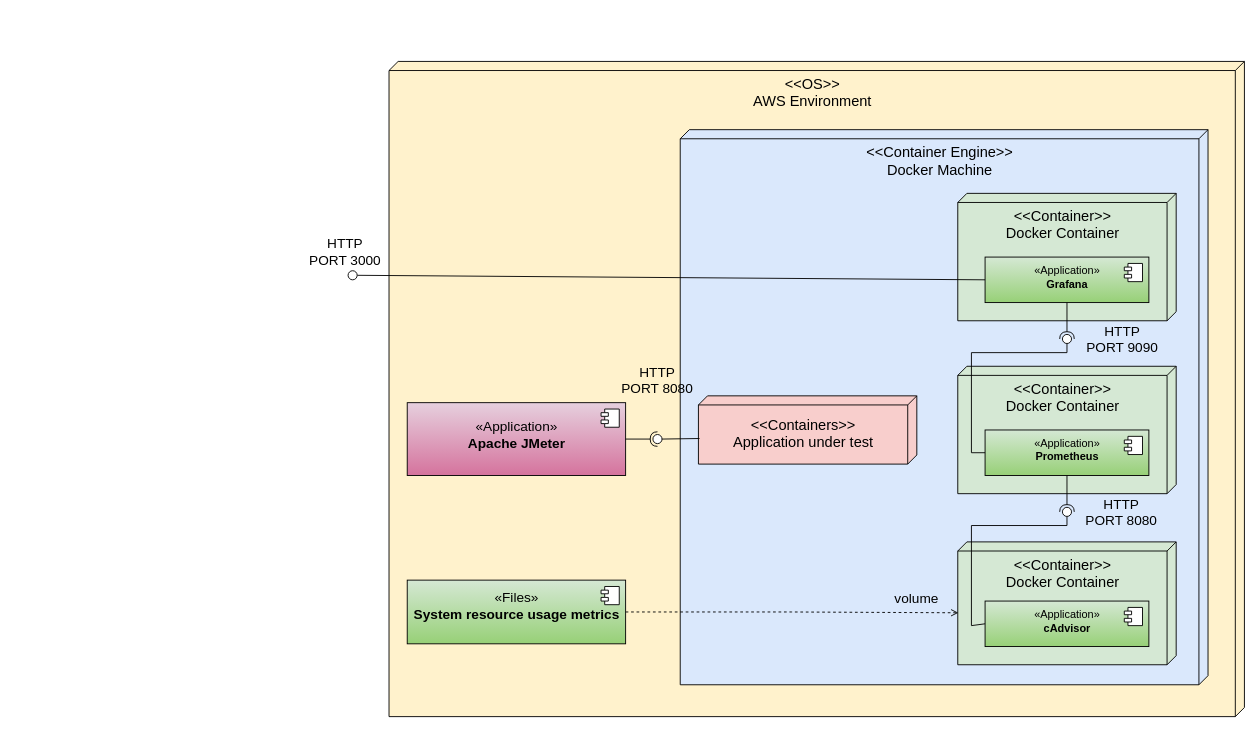
Above: resources/benchmark-deployment-diagram.drawio in rogowski-piotr/system-benchmarking-microservices-spring-boot (draw.io), before the change. Source tidied: cells renumbered, new cells numbered last; positions are measured from the earlier drawing's top-left corner, leaving out a move shared by most shapes. Both pictures are drawn from the tidied source at 91%, with x=0, y=0 at pixel (301, 61).
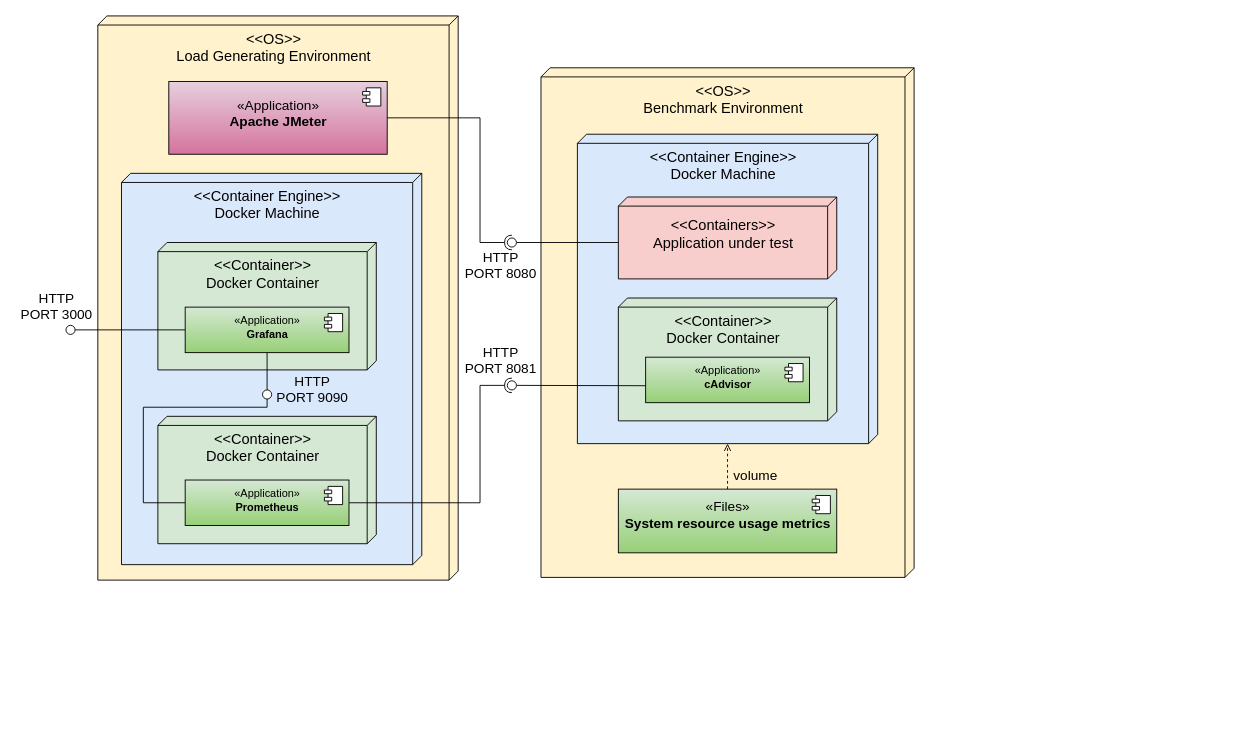
Above is the later version.

Commit message (it also covers changes not shown here):
Update benchamrk deployment diagram

The edit, as a diff of the source:
```diff
@@
-    <mxCell id="2" value="&lt;span style=&quot;font-size: 16px;&quot;&gt;&amp;lt;&amp;lt;OS&amp;gt;&amp;gt;&lt;br&gt;AWS Environment&lt;br&gt;&lt;/span&gt;" style="verticalAlign=bottom;align=center;spacingTop=8;spacingLeft=2;spacingRight=12;shape=cube;size=10;direction=south;fontStyle=0;html=1;labelPosition=center;verticalLabelPosition=top;spacing=-54;rounded=0;labelBackgroundColor=none;fillColor=#fff2cc;strokeColor=#000000;" parent="1" vertex="1">
-      <mxGeometry x="96" width="940" height="720" as="geometry" />
+    <mxCell id="2" value="&lt;span style=&quot;font-size: 16px;&quot;&gt;&amp;lt;&amp;lt;OS&amp;gt;&amp;gt;&lt;/span&gt;&lt;br&gt;&lt;span style=&quot;font-size: 16px;&quot;&gt;Benchmark Environment&lt;/span&gt;" style="verticalAlign=bottom;align=center;spacingTop=8;spacingLeft=2;spacingRight=12;shape=cube;size=10;direction=south;fontStyle=0;html=1;labelPosition=center;verticalLabelPosition=top;spacing=-54;rounded=0;labelBackgroundColor=none;fillColor=#fff2cc;strokeColor=#000000;" parent="1" vertex="1">
+      <mxGeometry x="263" y="7" width="410" height="560" as="geometry" />
     </mxCell>
     <mxCell id="3" value="&lt;span style=&quot;font-size: 16px;&quot;&gt;&amp;lt;&amp;lt;Container Engine&amp;gt;&amp;gt;&lt;br&gt;Docker Machine&lt;br&gt;&lt;/span&gt;" style="verticalAlign=bottom;align=center;spacingTop=8;spacingLeft=2;spacingRight=12;shape=cube;size=10;direction=south;fontStyle=0;html=1;labelPosition=center;verticalLabelPosition=top;spacing=-54;rounded=0;labelBackgroundColor=none;fillColor=#dae8fc;strokeColor=#000000;" parent="1" vertex="1">
-      <mxGeometry x="416" y="75" width="580" height="610" as="geometry" />
+      <mxGeometry x="303" y="80" width="330" height="340" as="geometry" />
     </mxCell>
+    <mxCell id="10" value="&lt;span style=&quot;font-size: 16px;&quot;&gt;&amp;lt;&amp;lt;Containers&amp;gt;&amp;gt;&lt;/span&gt;&lt;br style=&quot;font-size: 16px;&quot;&gt;&lt;span style=&quot;font-size: 16px;&quot;&gt;Application under test&lt;/span&gt;&lt;span style=&quot;font-size: 16px;&quot;&gt;&lt;br&gt;&lt;/span&gt;" style="verticalAlign=bottom;align=center;spacingTop=8;spacingLeft=2;spacingRight=12;shape=cube;size=10;direction=south;fontStyle=0;html=1;labelPosition=center;verticalLabelPosition=top;spacing=-60;rounded=0;fillColor=#f8cecc;strokeColor=#000000;" parent="1" vertex="1">
+      <mxGeometry x="348" y="149" width="240" height="90" as="geometry" />
+    </mxCell>
+    <mxCell id="11" value="&lt;span style=&quot;font-size: 16px;&quot;&gt;&amp;lt;&amp;lt;Container&amp;gt;&amp;gt;&lt;/span&gt;&lt;br style=&quot;font-size: 16px;&quot;&gt;&lt;span style=&quot;font-size: 16px;&quot;&gt;Docker Container&lt;/span&gt;&lt;span style=&quot;font-size: 16px;&quot;&gt;&lt;br&gt;&lt;/span&gt;" style="verticalAlign=bottom;align=center;spacingTop=8;spacingLeft=2;spacingRight=12;shape=cube;size=10;direction=south;fontStyle=0;html=1;labelPosition=center;verticalLabelPosition=top;spacing=-54;rounded=0;fillColor=#d5e8d4;strokeColor=#000000;" parent="1" vertex="1">
+      <mxGeometry x="348" y="260" width="240" height="135" as="geometry" />
+    </mxCell>
+    <mxCell id="12" value="«Application»&lt;br&gt;&lt;b&gt;cAdvisor&lt;br&gt;&lt;/b&gt;" style="html=1;labelPosition=center;verticalLabelPosition=top;align=center;verticalAlign=bottom;spacing=-37;rounded=0;fillColor=#d5e8d4;strokeColor=#000000;gradientColor=#97d077;" parent="1" vertex="1">
+      <mxGeometry x="378" y="325" width="180" height="50" as="geometry" />
+    </mxCell>
+    <mxCell id="13" style="shape=module;jettyWidth=8;jettyHeight=4;rounded=0;" parent="12" vertex="1">
+      <mxGeometry x="1" width="20" height="20" relative="1" as="geometry">
+        <mxPoint x="-27" y="7" as="offset" />
+      </mxGeometry>
+    </mxCell>
+    <mxCell id="25" style="edgeStyle=orthogonalEdgeStyle;rounded=0;jettySize=auto;html=1;exitX=0.5;exitY=0;exitDx=0;exitDy=0;fontSize=15;endArrow=open;endFill=0;dashed=1;" parent="1" edge="1" source="26" target="3">
+      <mxGeometry relative="1" as="geometry" />
+    </mxCell>
+    <mxCell id="26" value="&lt;font style=&quot;font-size: 15px;&quot;&gt;«Files»&lt;br&gt;&lt;b&gt;System resource usage metrics&lt;/b&gt;&lt;/font&gt;" style="html=1;labelPosition=center;verticalLabelPosition=top;align=center;verticalAlign=bottom;spacing=-47;rounded=0;fillColor=#d5e8d4;strokeColor=#000000;gradientColor=#97d077;" parent="1" vertex="1">
+      <mxGeometry x="348" y="470" width="240" height="70" as="geometry" />
+    </mxCell>
+    <mxCell id="27" style="shape=module;jettyWidth=8;jettyHeight=4;rounded=0;" parent="26" vertex="1">
+      <mxGeometry x="1" width="20" height="20" relative="1" as="geometry">
+        <mxPoint x="-27" y="7" as="offset" />
+      </mxGeometry>
+    </mxCell>
+    <mxCell id="30" value="volume" style="text;html=1;strokeColor=none;fillColor=none;align=center;verticalAlign=middle;whiteSpace=wrap;rounded=0;fontSize=15;" parent="1" vertex="1">
+      <mxGeometry x="469" y="440" width="60" height="30" as="geometry" />
+    </mxCell>
+    <mxCell id="35" value="&lt;span style=&quot;font-size: 16px;&quot;&gt;&amp;lt;&amp;lt;OS&amp;gt;&amp;gt;&lt;/span&gt;&lt;br&gt;&lt;span style=&quot;font-size: 16px;&quot;&gt;Load Generating Environment&lt;/span&gt;" style="verticalAlign=bottom;align=center;spacingTop=8;spacingLeft=2;spacingRight=12;shape=cube;size=10;direction=south;fontStyle=0;html=1;labelPosition=center;verticalLabelPosition=top;spacing=-54;rounded=0;labelBackgroundColor=none;fillColor=#fff2cc;strokeColor=#000000;" parent="1" vertex="1">
+      <mxGeometry x="-224" y="-50" width="396" height="620" as="geometry" />
+    </mxCell>
+    <mxCell id="36" value="&lt;span style=&quot;font-size: 16px;&quot;&gt;&amp;lt;&amp;lt;Container Engine&amp;gt;&amp;gt;&lt;br&gt;Docker Machine&lt;br&gt;&lt;/span&gt;" style="verticalAlign=bottom;align=center;spacingTop=8;spacingLeft=2;spacingRight=12;shape=cube;size=10;direction=south;fontStyle=0;html=1;labelPosition=center;verticalLabelPosition=top;spacing=-54;rounded=0;labelBackgroundColor=none;fillColor=#dae8fc;strokeColor=#000000;" parent="1" vertex="1">
+      <mxGeometry x="-198" y="123" width="330" height="430" as="geometry" />
+    </mxCell>
+    <mxCell id="14" value="«Application»&lt;br style=&quot;font-size: 15px;&quot;&gt;&lt;b style=&quot;font-size: 15px;&quot;&gt;Apache JMeter&lt;/b&gt;" style="html=1;labelPosition=center;verticalLabelPosition=top;align=center;verticalAlign=bottom;spacing=-54;rounded=0;fontSize=15;fillColor=#e6d0de;strokeColor=#000000;gradientColor=#d5739d;" parent="1" vertex="1">
+      <mxGeometry x="-146" y="22" width="240" height="80" as="geometry" />
+    </mxCell>
+    <mxCell id="15" style="shape=module;jettyWidth=8;jettyHeight=4;rounded=0;" parent="14" vertex="1">
+      <mxGeometry x="1" width="20" height="20" relative="1" as="geometry">
+        <mxPoint x="-27" y="7" as="offset" />
+      </mxGeometry>
+    </mxCell>
     <mxCell id="4" value="&lt;span style=&quot;font-size: 16px;&quot;&gt;&amp;lt;&amp;lt;Container&amp;gt;&amp;gt;&lt;br&gt;Docker Container&lt;br&gt;&lt;/span&gt;" style="verticalAlign=bottom;align=center;spacingTop=8;spacingLeft=2;spacingRight=12;shape=cube;size=10;direction=south;fontStyle=0;html=1;labelPosition=center;verticalLabelPosition=top;spacing=-54;rounded=0;fillColor=#d5e8d4;strokeColor=#000000;" parent="1" vertex="1">
-      <mxGeometry x="721" y="145" width="240" height="140" as="geometry" />
+      <mxGeometry x="-158" y="199" width="240" height="140" as="geometry" />
     </mxCell>
+    <mxCell id="37" style="edgeStyle=orthogonalEdgeStyle;rounded=0;jettySize=auto;html=1;exitX=0.5;exitY=1;exitDx=0;exitDy=0;endArrow=none;endFill=0;" parent="1" edge="1" source="5" target="45">
+      <mxGeometry relative="1" as="geometry" />
+    </mxCell>
     <mxCell id="5" value="«Application»&lt;br&gt;&lt;b&gt;Grafana&lt;/b&gt;" style="html=1;labelPosition=center;verticalLabelPosition=top;align=center;verticalAlign=bottom;spacing=-37;rounded=0;fillColor=#d5e8d4;strokeColor=#000000;gradientColor=#97d077;" parent="1" vertex="1">
-      <mxGeometry x="751" y="215" width="180" height="50" as="geometry" />
+      <mxGeometry x="-128" y="270" width="180" height="50" as="geometry" />
     </mxCell>
@@
     <mxCell id="7" value="&lt;span style=&quot;font-size: 16px;&quot;&gt;&amp;lt;&amp;lt;Container&amp;gt;&amp;gt;&lt;/span&gt;&lt;br style=&quot;font-size: 16px;&quot;&gt;&lt;span style=&quot;font-size: 16px;&quot;&gt;Docker Container&lt;/span&gt;&lt;span style=&quot;font-size: 16px;&quot;&gt;&lt;br&gt;&lt;/span&gt;" style="verticalAlign=bottom;align=center;spacingTop=8;spacingLeft=2;spacingRight=12;shape=cube;size=10;direction=south;fontStyle=0;html=1;labelPosition=center;verticalLabelPosition=top;spacing=-54;rounded=0;fillColor=#d5e8d4;strokeColor=#000000;" parent="1" vertex="1">
-      <mxGeometry x="721" y="335" width="240" height="140" as="geometry" />
+      <mxGeometry x="-158" y="390" width="240" height="140" as="geometry" />
     </mxCell>
     <mxCell id="8" value="«Application»&lt;br&gt;&lt;b&gt;Prometheus&lt;br&gt;&lt;/b&gt;" style="html=1;labelPosition=center;verticalLabelPosition=top;align=center;verticalAlign=bottom;spacing=-37;rounded=0;fillColor=#d5e8d4;strokeColor=#000000;gradientColor=#97d077;" parent="1" vertex="1">
-      <mxGeometry x="751" y="405" width="180" height="50" as="geometry" />
+      <mxGeometry x="-128" y="460" width="180" height="50" as="geometry" />
     </mxCell>
@@
-    <mxCell id="10" value="&lt;span style=&quot;font-size: 16px;&quot;&gt;&amp;lt;&amp;lt;Containers&amp;gt;&amp;gt;&lt;/span&gt;&lt;br style=&quot;font-size: 16px;&quot;&gt;&lt;span style=&quot;font-size: 16px;&quot;&gt;Application under test&lt;/span&gt;&lt;span style=&quot;font-size: 16px;&quot;&gt;&lt;br&gt;&lt;/span&gt;" style="verticalAlign=bottom;align=center;spacingTop=8;spacingLeft=2;spacingRight=12;shape=cube;size=10;direction=south;fontStyle=0;html=1;labelPosition=center;verticalLabelPosition=top;spacing=-60;rounded=0;fillColor=#f8cecc;strokeColor=#000000;" parent="1" vertex="1">
-      <mxGeometry x="436" y="367.5" width="240" height="75" as="geometry" />
-    </mxCell>
-    <mxCell id="11" value="&lt;span style=&quot;font-size: 16px;&quot;&gt;&amp;lt;&amp;lt;Container&amp;gt;&amp;gt;&lt;/span&gt;&lt;br style=&quot;font-size: 16px;&quot;&gt;&lt;span style=&quot;font-size: 16px;&quot;&gt;Docker Container&lt;/span&gt;&lt;span style=&quot;font-size: 16px;&quot;&gt;&lt;br&gt;&lt;/span&gt;" style="verticalAlign=bottom;align=center;spacingTop=8;spacingLeft=2;spacingRight=12;shape=cube;size=10;direction=south;fontStyle=0;html=1;labelPosition=center;verticalLabelPosition=top;spacing=-54;rounded=0;fillColor=#d5e8d4;strokeColor=#000000;" parent="1" vertex="1">
-      <mxGeometry x="721" y="528" width="240" height="135" as="geometry" />
-    </mxCell>
-    <mxCell id="12" value="«Application»&lt;br&gt;&lt;b&gt;cAdvisor&lt;br&gt;&lt;/b&gt;" style="html=1;labelPosition=center;verticalLabelPosition=top;align=center;verticalAlign=bottom;spacing=-37;rounded=0;fillColor=#d5e8d4;strokeColor=#000000;gradientColor=#97d077;" parent="1" vertex="1">
-      <mxGeometry x="751" y="593" width="180" height="50" as="geometry" />
-    </mxCell>
-    <mxCell id="13" style="shape=module;jettyWidth=8;jettyHeight=4;rounded=0;" parent="12" vertex="1">
-      <mxGeometry x="1" width="20" height="20" relative="1" as="geometry">
-        <mxPoint x="-27" y="7" as="offset" />
-      </mxGeometry>
-    </mxCell>
-    <mxCell id="14" value="«Application»&lt;br style=&quot;font-size: 15px;&quot;&gt;&lt;b style=&quot;font-size: 15px;&quot;&gt;Apache JMeter&lt;/b&gt;" style="html=1;labelPosition=center;verticalLabelPosition=top;align=center;verticalAlign=bottom;spacing=-54;rounded=0;fontSize=15;fillColor=#e6d0de;strokeColor=#000000;gradientColor=#d5739d;" parent="1" vertex="1">
-      <mxGeometry x="116" y="375" width="240" height="80" as="geometry" />
-    </mxCell>
-    <mxCell id="15" style="shape=module;jettyWidth=8;jettyHeight=4;rounded=0;" parent="14" vertex="1">
-      <mxGeometry x="1" width="20" height="20" relative="1" as="geometry">
-        <mxPoint x="-27" y="7" as="offset" />
-      </mxGeometry>
-    </mxCell>
-    <mxCell id="16" style="rounded=0;jettySize=auto;html=1;endArrow=none;endFill=0;sketch=0;sourcePerimeterSpacing=0;targetPerimeterSpacing=0;fontSize=15;exitX=0;exitY=0.5;exitDx=0;exitDy=0;" parent="1" edge="1" source="12" target="18">
-      <mxGeometry relative="1" as="geometry">
-        <Array as="points">
-          <mxPoint x="736" y="620" />
-          <mxPoint x="736" y="510" />
-          <mxPoint x="841" y="510" />
-        </Array>
-      </mxGeometry>
-    </mxCell>
-    <mxCell id="17" style="rounded=0;jettySize=auto;html=1;endArrow=halfCircle;endFill=0;entryX=0.5;entryY=0.5;endSize=6;strokeWidth=1;sketch=0;fontSize=15;exitX=0.5;exitY=1;exitDx=0;exitDy=0;" parent="1" edge="1" source="8" target="18">
-      <mxGeometry relative="1" as="geometry" />
-    </mxCell>
-    <mxCell id="18" style="ellipse;whiteSpace=wrap;html=1;align=center;points=[];outlineConnect=0;sketch=0;fontSize=15;" parent="1" vertex="1">
-      <mxGeometry x="836" y="490" width="10" height="10" as="geometry" />
-    </mxCell>
-    <mxCell id="19" style="rounded=0;jettySize=auto;html=1;endArrow=none;endFill=0;sketch=0;sourcePerimeterSpacing=0;targetPerimeterSpacing=0;fontSize=15;exitX=0;exitY=0.5;exitDx=0;exitDy=0;" parent="1" edge="1" source="8" target="21">
-      <mxGeometry relative="1" as="geometry">
-        <Array as="points">
-          <mxPoint x="736" y="430" />
-          <mxPoint x="736" y="320" />
-          <mxPoint x="841" y="320" />
-        </Array>
-      </mxGeometry>
-    </mxCell>
-    <mxCell id="20" style="rounded=0;jettySize=auto;html=1;endArrow=halfCircle;endFill=0;entryX=0.5;entryY=0.5;endSize=6;strokeWidth=1;sketch=0;fontSize=15;exitX=0.5;exitY=1;exitDx=0;exitDy=0;" parent="1" edge="1" source="5" target="21">
-      <mxGeometry relative="1" as="geometry" />
-    </mxCell>
-    <mxCell id="21" style="ellipse;whiteSpace=wrap;html=1;align=center;points=[];outlineConnect=0;sketch=0;fontSize=15;strokeColor=#000000;" parent="1" vertex="1">
-      <mxGeometry x="836" y="300" width="10" height="10" as="geometry" />
-    </mxCell>
-    <mxCell id="22" style="rounded=0;jettySize=auto;html=1;endArrow=none;endFill=0;sketch=0;sourcePerimeterSpacing=0;targetPerimeterSpacing=0;fontSize=15;exitX=0.625;exitY=0.995;exitDx=0;exitDy=0;exitPerimeter=0;" parent="1" edge="1" source="10" target="24">
-      <mxGeometry relative="1" as="geometry" />
-    </mxCell>
-    <mxCell id="23" style="rounded=0;jettySize=auto;html=1;endArrow=halfCircle;endFill=0;entryX=0.5;entryY=0.5;endSize=6;strokeWidth=1;sketch=0;fontSize=15;exitX=1;exitY=0.5;exitDx=0;exitDy=0;" parent="1" edge="1" source="14" target="24">
-      <mxGeometry relative="1" as="geometry" />
-    </mxCell>
-    <mxCell id="24" style="ellipse;whiteSpace=wrap;html=1;align=center;points=[];outlineConnect=0;sketch=0;fontSize=15;strokeColor=#000000;" parent="1" vertex="1">
-      <mxGeometry x="386" y="410" width="10" height="10" as="geometry" />
-    </mxCell>
-    <mxCell id="25" style="edgeStyle=orthogonalEdgeStyle;rounded=0;jettySize=auto;html=1;exitX=1;exitY=0.5;exitDx=0;exitDy=0;fontSize=15;endArrow=open;endFill=0;dashed=1;entryX=0.577;entryY=0.997;entryDx=0;entryDy=0;entryPerimeter=0;" parent="1" edge="1" source="26" target="11">
-      <mxGeometry relative="1" as="geometry" />
-    </mxCell>
-    <mxCell id="26" value="&lt;font style=&quot;font-size: 15px;&quot;&gt;«Files»&lt;br&gt;&lt;b&gt;System resource usage metrics&lt;/b&gt;&lt;/font&gt;" style="html=1;labelPosition=center;verticalLabelPosition=top;align=center;verticalAlign=bottom;spacing=-47;rounded=0;fillColor=#d5e8d4;strokeColor=#000000;gradientColor=#97d077;" parent="1" vertex="1">
-      <mxGeometry x="116" y="570" width="240" height="70" as="geometry" />
-    </mxCell>
-    <mxCell id="27" style="shape=module;jettyWidth=8;jettyHeight=4;rounded=0;" parent="26" vertex="1">
-      <mxGeometry x="1" width="20" height="20" relative="1" as="geometry">
-        <mxPoint x="-27" y="7" as="offset" />
-      </mxGeometry>
-    </mxCell>
-    <mxCell id="28" style="rounded=0;jettySize=auto;html=1;endArrow=none;endFill=0;sketch=0;sourcePerimeterSpacing=0;targetPerimeterSpacing=0;fontSize=15;exitX=0;exitY=0.5;exitDx=0;exitDy=0;" parent="1" edge="1" source="5" target="29">
-      <mxGeometry relative="1" as="geometry" />
-    </mxCell>
-    <mxCell id="29" style="ellipse;whiteSpace=wrap;html=1;align=center;points=[];outlineConnect=0;sketch=0;fontSize=15;strokeColor=#000000;" parent="1" vertex="1">
-      <mxGeometry x="51" y="230" width="10" height="10" as="geometry" />
-    </mxCell>
-    <mxCell id="30" value="volume" style="text;html=1;strokeColor=none;fillColor=none;align=center;verticalAlign=middle;whiteSpace=wrap;rounded=0;fontSize=15;" parent="1" vertex="1">
-      <mxGeometry x="646" y="575" width="60" height="30" as="geometry" />
-    </mxCell>
+    <mxCell id="38" style="rounded=0;jettySize=auto;html=1;endArrow=none;endFill=0;sketch=0;sourcePerimeterSpacing=0;targetPerimeterSpacing=0;exitX=0;exitY=0.627;exitDx=0;exitDy=0;exitPerimeter=0;" parent="1" edge="1" source="12" target="40">
+      <mxGeometry relative="1" as="geometry" />
+    </mxCell>
+    <mxCell id="39" style="rounded=0;jettySize=auto;html=1;endArrow=halfCircle;endFill=0;entryX=0.5;entryY=0.5;endSize=6;strokeWidth=1;sketch=0;exitX=1;exitY=0.5;exitDx=0;exitDy=0;" parent="1" edge="1" source="8" target="40">
+      <mxGeometry relative="1" as="geometry">
+        <Array as="points">
+          <mxPoint x="196" y="485" />
+          <mxPoint x="196" y="356" />
+        </Array>
+      </mxGeometry>
+    </mxCell>
+    <mxCell id="40" style="ellipse;whiteSpace=wrap;html=1;align=center;points=[];outlineConnect=0;sketch=0;" parent="1" vertex="1">
+      <mxGeometry x="226" y="351" width="10" height="10" as="geometry" />
+    </mxCell>
+    <mxCell id="41" style="rounded=0;jettySize=auto;html=1;endArrow=none;endFill=0;sketch=0;sourcePerimeterSpacing=0;targetPerimeterSpacing=0;exitX=0;exitY=0;exitDx=50;exitDy=240;exitPerimeter=0;" parent="1" edge="1" source="10" target="43">
+      <mxGeometry relative="1" as="geometry" />
+    </mxCell>
+    <mxCell id="42" style="rounded=0;jettySize=auto;html=1;endArrow=halfCircle;endFill=0;entryX=0.5;entryY=0.5;endSize=6;strokeWidth=1;sketch=0;exitX=1;exitY=0.5;exitDx=0;exitDy=0;" parent="1" edge="1" source="14" target="43">
+      <mxGeometry relative="1" as="geometry">
+        <Array as="points">
+          <mxPoint x="196" y="62" />
+          <mxPoint x="196" y="199" />
+        </Array>
+      </mxGeometry>
+    </mxCell>
+    <mxCell id="43" style="ellipse;whiteSpace=wrap;html=1;align=center;points=[];outlineConnect=0;sketch=0;" parent="1" vertex="1">
+      <mxGeometry x="226" y="194" width="10" height="10" as="geometry" />
+    </mxCell>
+    <mxCell id="44" style="rounded=0;jettySize=auto;html=1;endArrow=none;endFill=0;sketch=0;sourcePerimeterSpacing=0;targetPerimeterSpacing=0;exitX=0;exitY=0.5;exitDx=0;exitDy=0;" parent="1" edge="1" source="8" target="45">
+      <mxGeometry relative="1" as="geometry">
+        <Array as="points">
+          <mxPoint x="-174" y="485" />
+          <mxPoint x="-174" y="380" />
+          <mxPoint x="-38" y="380" />
+        </Array>
+      </mxGeometry>
+    </mxCell>
+    <mxCell id="45" style="ellipse;whiteSpace=wrap;html=1;align=center;points=[];outlineConnect=0;sketch=0;" parent="1" vertex="1">
+      <mxGeometry x="-43" y="361" width="10" height="10" as="geometry" />
+    </mxCell>
+    <mxCell id="46" value="HTTP&lt;br&gt;PORT 8080" style="text;html=1;strokeColor=none;fillColor=none;align=center;verticalAlign=middle;whiteSpace=wrap;rounded=0;fontSize=15;" parent="1" vertex="1">
+      <mxGeometry x="174" y="209" width="90" height="30" as="geometry" />
+    </mxCell>
+    <mxCell id="47" value="HTTP&lt;br&gt;PORT 8081" style="text;html=1;strokeColor=none;fillColor=none;align=center;verticalAlign=middle;whiteSpace=wrap;rounded=0;fontSize=15;" parent="1" vertex="1">
+      <mxGeometry x="174" y="312.5" width="90" height="30" as="geometry" />
+    </mxCell>
+    <mxCell id="33" value="HTTP&lt;br&gt;PORT 9090" style="text;html=1;strokeColor=none;fillColor=none;align=center;verticalAlign=middle;whiteSpace=wrap;rounded=0;fontSize=15;" parent="1" vertex="1">
+      <mxGeometry x="-33" y="345" width="90" height="30" as="geometry" />
+    </mxCell>
+    <mxCell id="48" style="rounded=0;jettySize=auto;html=1;endArrow=none;endFill=0;sketch=0;sourcePerimeterSpacing=0;targetPerimeterSpacing=0;exitX=0;exitY=0.5;exitDx=0;exitDy=0;" parent="1" edge="1" source="5" target="49">
+      <mxGeometry relative="1" as="geometry" />
+    </mxCell>
+    <mxCell id="49" style="ellipse;whiteSpace=wrap;html=1;align=center;points=[];outlineConnect=0;sketch=0;" parent="1" vertex="1">
+      <mxGeometry x="-259" y="290" width="10" height="10" as="geometry" />
+    </mxCell>
     <mxCell id="31" value="HTTP&lt;br&gt;PORT 3000" style="text;html=1;strokeColor=none;fillColor=none;align=center;verticalAlign=middle;whiteSpace=wrap;rounded=0;fontSize=15;" parent="1" vertex="1">
-      <mxGeometry y="194" width="96" height="30" as="geometry" />
+      <mxGeometry x="-314" y="254" width="90" height="30" as="geometry" />
     </mxCell>
-    <mxCell id="32" value="HTTP&lt;br&gt;PORT 8080" style="text;html=1;strokeColor=none;fillColor=none;align=center;verticalAlign=middle;whiteSpace=wrap;rounded=0;fontSize=15;" parent="1" vertex="1">
-      <mxGeometry x="326" y="335" width="130" height="30" as="geometry" />
-    </mxCell>
-    <mxCell id="33" value="HTTP&lt;br&gt;PORT 9090" style="text;html=1;strokeColor=none;fillColor=none;align=center;verticalAlign=middle;whiteSpace=wrap;rounded=0;fontSize=15;" parent="1" vertex="1">
-      <mxGeometry x="837" y="290" width="130" height="30" as="geometry" />
-    </mxCell>
-    <mxCell id="34" value="HTTP&lt;br&gt;PORT 8080" style="text;html=1;strokeColor=none;fillColor=none;align=center;verticalAlign=middle;whiteSpace=wrap;rounded=0;fontSize=15;" parent="1" vertex="1">
-      <mxGeometry x="836" y="480" width="130" height="30" as="geometry" />
-    </mxCell>
```
